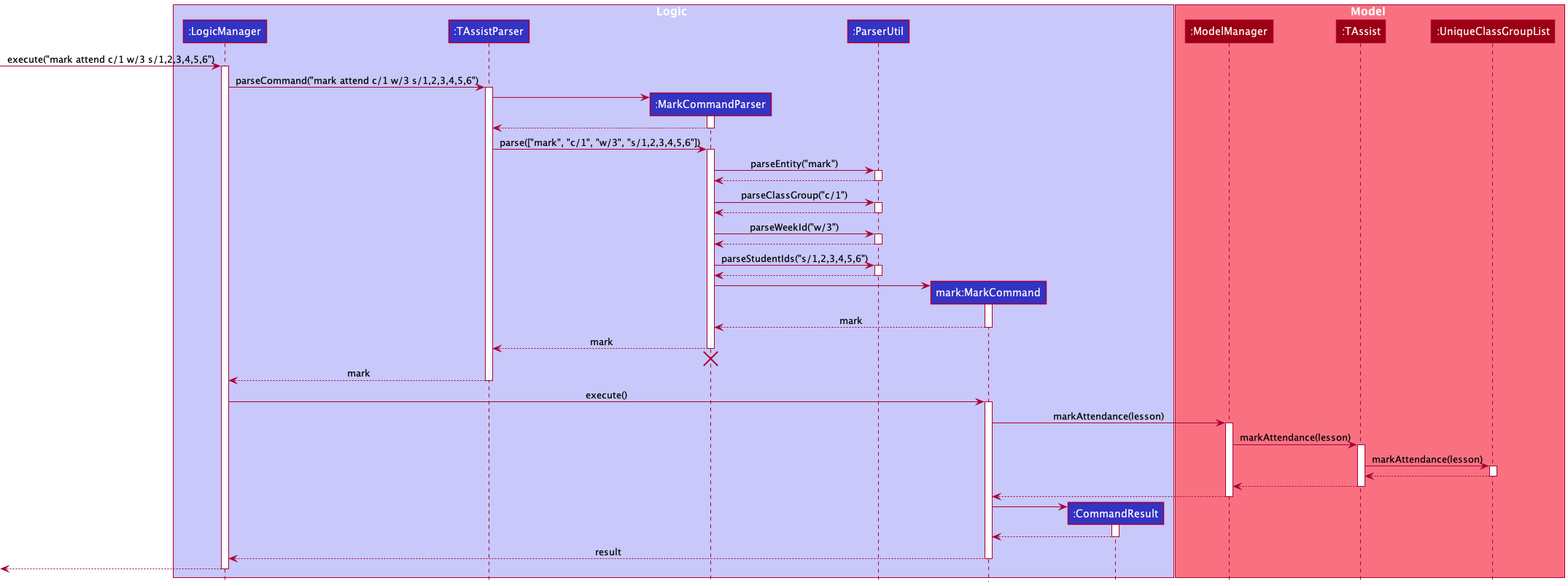
nus-cs2103-AY2122S2/tp keeps this PlantUML diagram as docs/images/MarkUnmarkSequenceDiagram.png. Above is the earlier version.
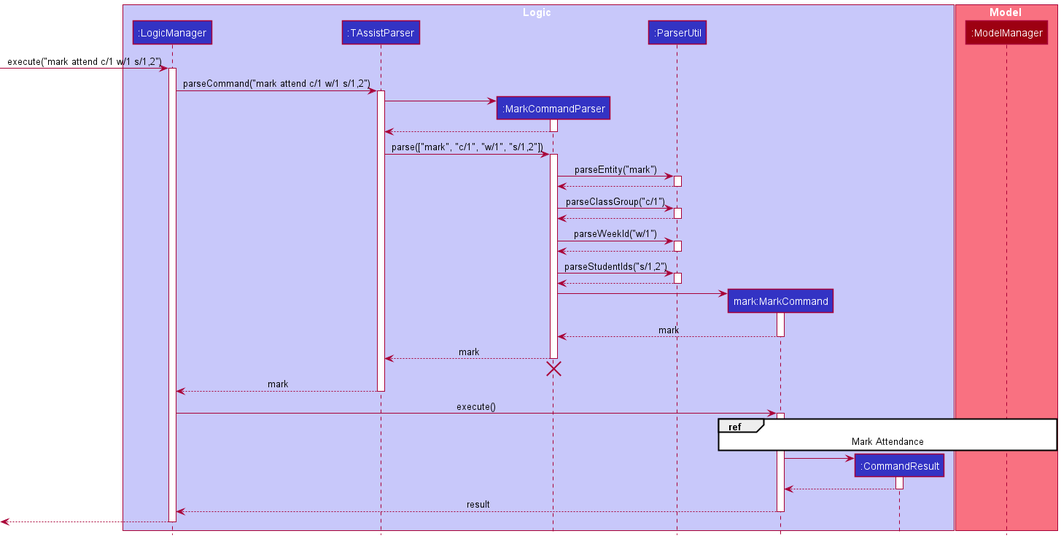
After the commit.

Change to the diagram source:
```diff
@@ -12,14 +12,12 @@
 
 box Model MODEL_COLOR_T1
 participant ":ModelManager" as ModelManager MODEL_COLOR
-participant ":TAssist" as TAssist MODEL_COLOR
-participant ":UniqueClassGroupList" as UniqueClassGroupList MODEL_COLOR
 end box
 
-[-> LogicManager : execute("mark attend c/1 w/3 s/1,2,3,4,5,6")
+[-> LogicManager : execute("mark attend c/1 w/1 s/1,2")
 activate LogicManager
 
-LogicManager -> TAssistParser : parseCommand("mark attend c/1 w/3 s/1,2,3,4,5,6")
+LogicManager -> TAssistParser : parseCommand("mark attend c/1 w/1 s/1,2")
 activate TAssistParser
 
 create MarkCommandParser
@@ -29,7 +27,7 @@
 MarkCommandParser --> TAssistParser
 deactivate MarkCommandParser
 
-TAssistParser -> MarkCommandParser : parse(["mark", "c/1", "w/3", "s/1,2,3,4,5,6"])
+TAssistParser -> MarkCommandParser : parse(["mark", "c/1", "w/1", "s/1,2"])
 activate MarkCommandParser
 
 MarkCommandParser -> ParserUtil : parseEntity("mark")
@@ -44,13 +42,13 @@
 ParserUtil --> MarkCommandParser
 deactivate ParserUtil
 
-MarkCommandParser -> ParserUtil : parseWeekId("w/3")
+MarkCommandParser -> ParserUtil : parseWeekId("w/1")
 activate ParserUtil
 
 ParserUtil --> MarkCommandParser
 deactivate ParserUtil
 
-MarkCommandParser -> ParserUtil : parseStudentIds("s/1,2,3,4,5,6")
+MarkCommandParser -> ParserUtil : parseStudentIds("s/1,2")
 activate ParserUtil
 
 ParserUtil --> MarkCommandParser
@@ -74,23 +72,7 @@
 LogicManager -> MarkCommand : execute()
 activate MarkCommand
 
-MarkCommand-> ModelManager : markAttendance(lesson)
-activate ModelManager
-
-ModelManager -> TAssist : markAttendance(lesson)
-activate TAssist
-
-TAssist -> UniqueClassGroupList : markAttendance(lesson)
-activate UniqueClassGroupList
-
-UniqueClassGroupList --> TAssist
-deactivate UniqueClassGroupList
-
-TAssist --> ModelManager
-deactivate TAssist
-
-MarkCommand <--ModelManager
-deactivate ModelManager
+ref over MarkCommand, ModelManager : Mark Attendance
 
 create CommandResult
 MarkCommand -> CommandResult
```
